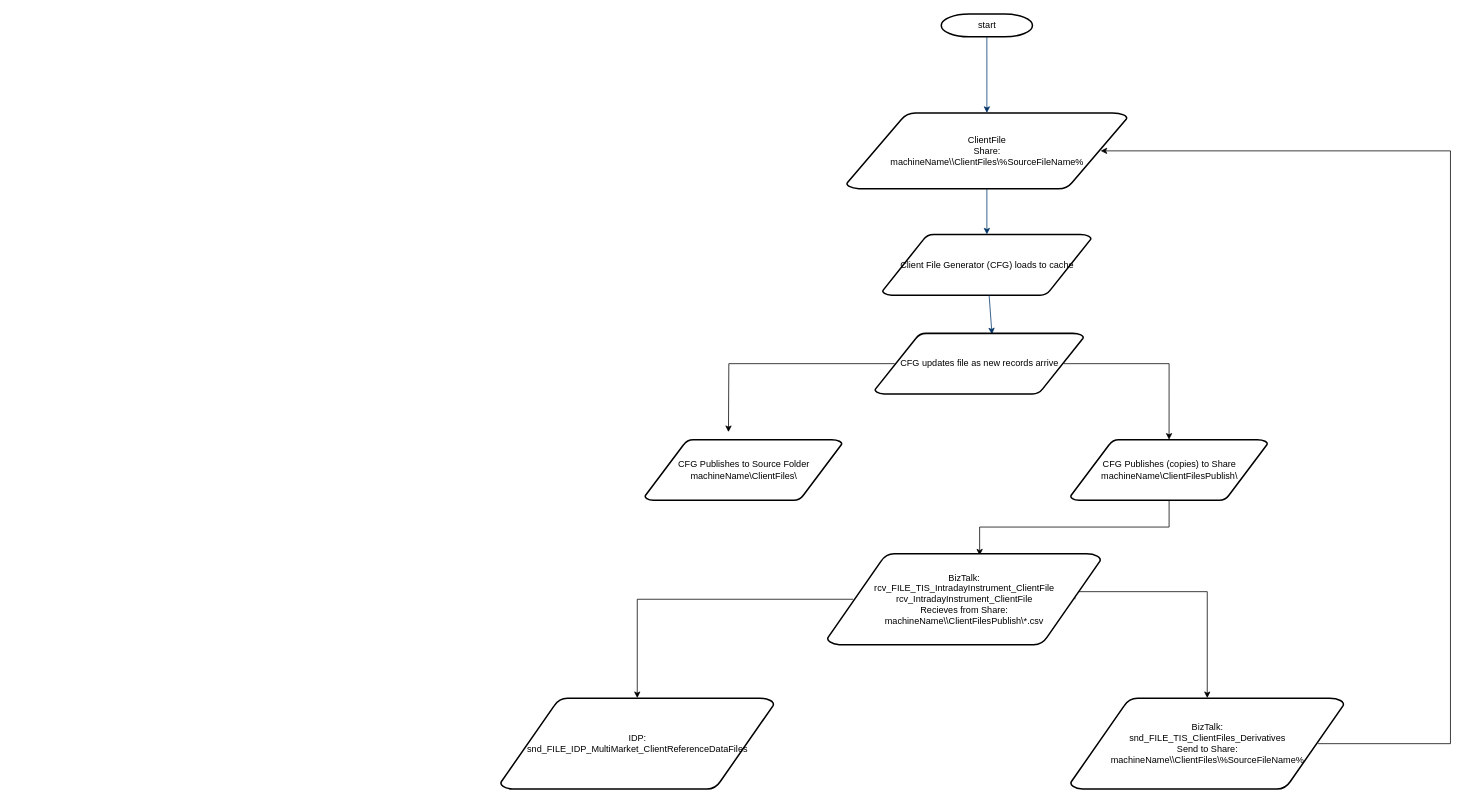
Before: ClientFiles.drawio in ByMadiba/Sandbox, a draw.io diagram. Source tidied: cells renumbered, new cells numbered last; positions are measured from the earlier drawing's top-left corner, leaving out a move shared by most shapes. Both pictures are drawn from the tidied source at 76%, with x=0, y=0 at pixel (500, 14).
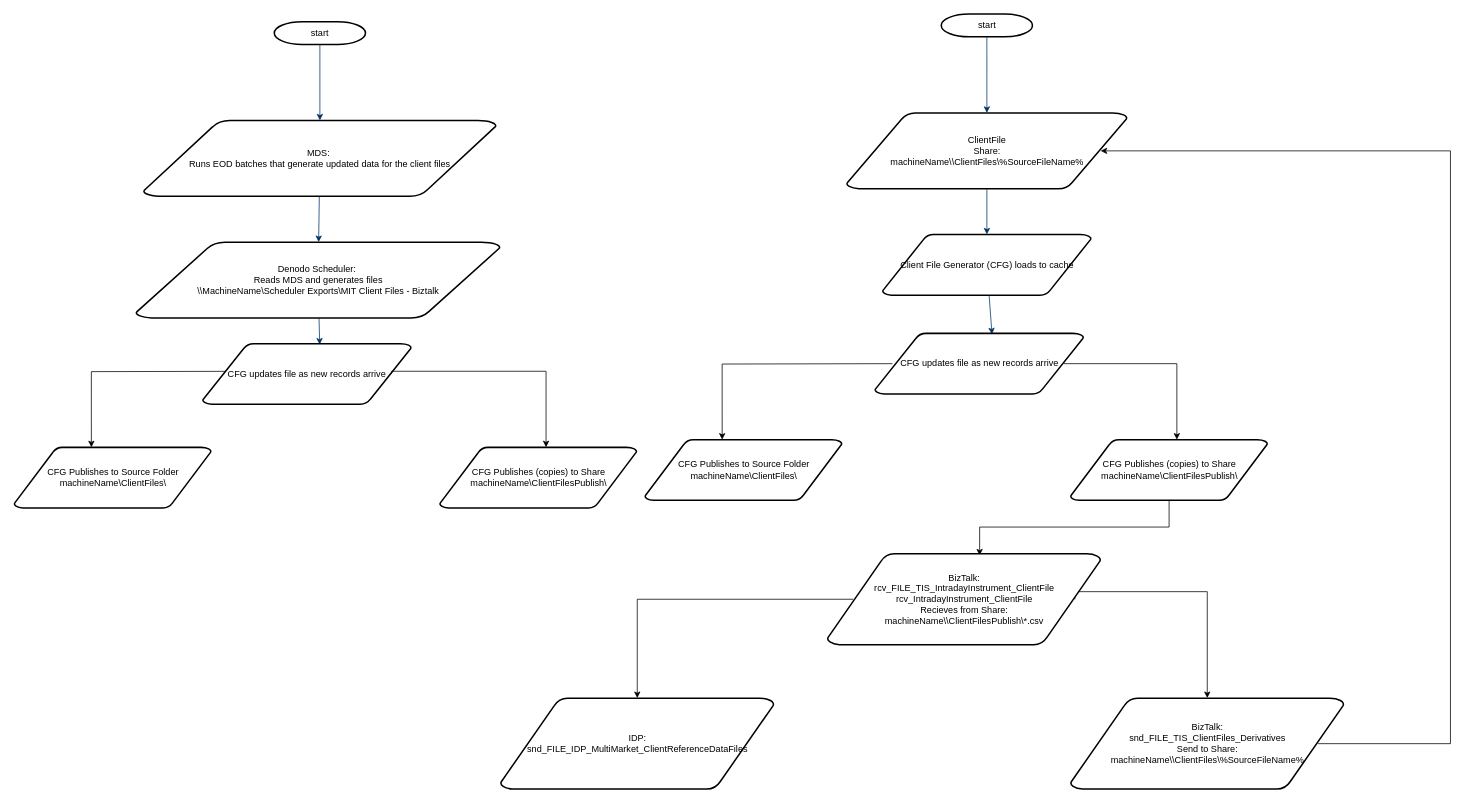
The same page after the edit.

Commit message:
Added MDS EOD

Unchanged cells that the change refers to:
```xml
<mxCell id="5" value="CFG Publishes (copies) to Share&lt;br&gt;machineName\ClientFilesPublish\" style="shape=mxgraph.flowchart.data;strokeWidth=2;gradientColor=none;gradientDirection=north;fontStyle=0;html=1;" parent="1" vertex="1">
  <mxGeometry x="750" y="560" width="259.5" height="80" as="geometry" />
</mxCell>
<mxCell id="13" value="CFG updates file as new records arrive" style="shape=mxgraph.flowchart.data;strokeWidth=2;gradientColor=none;gradientDirection=north;fontStyle=0;html=1;" parent="1" vertex="1">
  <mxGeometry x="492.6" y="420" width="274.8" height="80" as="geometry" />
</mxCell>
<mxCell id="19" value="CFG Publishes to Source Folder&lt;br&gt;machineName\ClientFiles\" style="shape=mxgraph.flowchart.data;strokeWidth=2;gradientColor=none;gradientDirection=north;fontStyle=0;html=1;" parent="1" vertex="1">
  <mxGeometry x="190" y="560" width="259.5" height="80" as="geometry" />
</mxCell>
```

What changed in the source:
```diff
@@
-    <mxCell id="12" style="edgeStyle=orthogonalEdgeStyle;rounded=0;jettySize=auto;html=1;exitX=0.095;exitY=0.5;exitDx=0;exitDy=0;exitPerimeter=0;" parent="1" edge="1" source="13">
+    <mxCell id="12" style="edgeStyle=orthogonalEdgeStyle;rounded=0;jettySize=auto;html=1;exitX=0.095;exitY=0.5;exitDx=0;exitDy=0;exitPerimeter=0;entryX=0.392;entryY=0;entryDx=0;entryDy=0;entryPerimeter=0;" parent="1" edge="1" target="19">
       <mxGeometry relative="1" as="geometry">
-        <mxPoint x="300" y="550" as="targetPoint" />
+        <mxPoint x="515.7" y="460" as="sourcePoint" />
       </mxGeometry>
     </mxCell>
@@
-    <mxCell id="18" style="edgeStyle=orthogonalEdgeStyle;rounded=0;jettySize=auto;html=1;exitX=0.905;exitY=0.5;exitDx=0;exitDy=0;exitPerimeter=0;entryX=0.5;entryY=0;entryDx=0;entryDy=0;entryPerimeter=0;" parent="1" edge="1" source="13" target="5">
+    <mxCell id="18" style="edgeStyle=orthogonalEdgeStyle;rounded=0;jettySize=auto;html=1;exitX=0.905;exitY=0.5;exitDx=0;exitDy=0;exitPerimeter=0;" parent="1" edge="1" source="13">
       <mxGeometry relative="1" as="geometry">
+        <mxPoint x="890" y="560" as="targetPoint" />
         <Array as="points">
-          <mxPoint x="880" y="460" />
+          <mxPoint x="890" y="460" />
+          <mxPoint x="890" y="560" />
         </Array>
       </mxGeometry>
     </mxCell>
@@
+    <mxCell id="20" value="start" style="shape=mxgraph.flowchart.terminator;strokeWidth=2;gradientColor=none;gradientDirection=north;fontStyle=0;html=1;" parent="1" vertex="1">
+      <mxGeometry x="-297.6" y="10" width="120" height="30" as="geometry" />
+    </mxCell>
+    <mxCell id="21" value="MDS:&amp;nbsp;&lt;div&gt;Runs EOD batches that generate updated data for the client files&lt;/div&gt;" style="shape=mxgraph.flowchart.data;strokeWidth=2;gradientColor=none;gradientDirection=north;fontStyle=0;html=1;" parent="1" vertex="1">
+      <mxGeometry x="-470" y="140" width="464.8" height="100" as="geometry" />
+    </mxCell>
+    <mxCell id="22" value="CFG Publishes (copies) to Share&lt;br&gt;machineName\ClientFilesPublish\" style="shape=mxgraph.flowchart.data;strokeWidth=2;gradientColor=none;gradientDirection=north;fontStyle=0;html=1;" parent="1" vertex="1">
+      <mxGeometry x="-80" y="570" width="259.5" height="80" as="geometry" />
+    </mxCell>
+    <mxCell id="23" value="Denodo Scheduler:&amp;nbsp;&lt;br&gt;Reads MDS and generates files&lt;br&gt;\\MachineName\Scheduler Exports\MIT Client Files - Biztalk" style="shape=mxgraph.flowchart.data;strokeWidth=2;gradientColor=none;gradientDirection=north;fontStyle=0;html=1;" parent="1" vertex="1">
+      <mxGeometry x="-480" y="300" width="480" height="100" as="geometry" />
+    </mxCell>
+    <mxCell id="24" style="fontStyle=1;strokeColor=#003366;strokeWidth=1;html=1;" parent="1" edge="1" source="20" target="21">
+      <mxGeometry relative="1" as="geometry" />
+    </mxCell>
+    <mxCell id="25" style="fontStyle=1;strokeColor=#003366;strokeWidth=1;html=1;" parent="1" edge="1" source="21" target="23">
+      <mxGeometry relative="1" as="geometry" />
+    </mxCell>
+    <mxCell id="26" style="entryX=0.561;entryY=0.017;entryPerimeter=0;fontStyle=1;strokeColor=#003366;strokeWidth=1;html=1;entryDx=0;entryDy=0;" parent="1" edge="1" source="23" target="28">
+      <mxGeometry relative="1" as="geometry" />
+    </mxCell>
+    <mxCell id="27" style="edgeStyle=orthogonalEdgeStyle;rounded=0;jettySize=auto;html=1;exitX=0.095;exitY=0.5;exitDx=0;exitDy=0;exitPerimeter=0;entryX=0.392;entryY=0;entryDx=0;entryDy=0;entryPerimeter=0;" parent="1" edge="1" target="30">
+      <mxGeometry relative="1" as="geometry">
+        <mxPoint x="-314.3" y="470" as="sourcePoint" />
+      </mxGeometry>
+    </mxCell>
+    <mxCell id="28" value="CFG updates file as new records arrive" style="shape=mxgraph.flowchart.data;strokeWidth=2;gradientColor=none;gradientDirection=north;fontStyle=0;html=1;" parent="1" vertex="1">
+      <mxGeometry x="-392" y="433.5" width="274.8" height="80" as="geometry" />
+    </mxCell>
+    <mxCell id="29" style="edgeStyle=orthogonalEdgeStyle;rounded=0;jettySize=auto;html=1;exitX=0.905;exitY=0.5;exitDx=0;exitDy=0;exitPerimeter=0;" parent="1" edge="1" source="28">
+      <mxGeometry relative="1" as="geometry">
+        <mxPoint x="60" y="570" as="targetPoint" />
+        <Array as="points">
+          <mxPoint x="60" y="470" />
+          <mxPoint x="60" y="570" />
+        </Array>
+      </mxGeometry>
+    </mxCell>
+    <mxCell id="30" value="CFG Publishes to Source Folder&lt;br&gt;machineName\ClientFiles\" style="shape=mxgraph.flowchart.data;strokeWidth=2;gradientColor=none;gradientDirection=north;fontStyle=0;html=1;" parent="1" vertex="1">
+      <mxGeometry x="-640" y="570" width="259.5" height="80" as="geometry" />
+    </mxCell>
```
